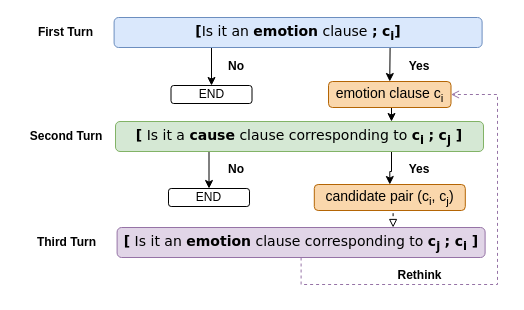
The draw.io diagram framework1.drawio in zhoucz97/paper_figure, before the edit. Source tidied: cells renumbered, new cells numbered last; positions are measured from the earlier drawing's top-left corner, leaving out a move shared by most shapes. Both pictures are drawn from the tidied source at 100%, with x=0, y=0 at pixel (16, 17).
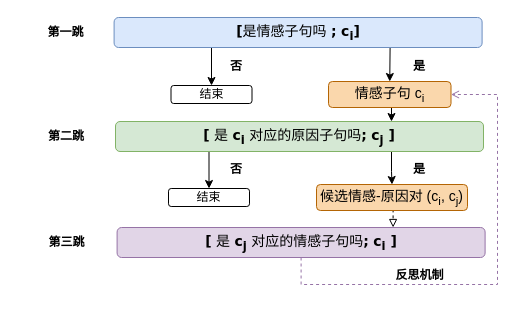
After the change.

The edit, as a diff of the source:
```diff
@@
-    <mxCell id="4" value="&lt;font style=&quot;font-size: 14px&quot;&gt;&lt;font face=&quot;Verdana&quot;&gt;&lt;b&gt;[&lt;/b&gt;&lt;/font&gt;&lt;span style=&quot;font-family: &amp;#34;verdana&amp;#34;&quot;&gt;Is it an&amp;nbsp;&lt;/span&gt;&lt;b style=&quot;font-family: &amp;#34;verdana&amp;#34;&quot;&gt;emotion&lt;/b&gt;&lt;span style=&quot;font-family: &amp;#34;verdana&amp;#34;&quot;&gt;&amp;nbsp;clause&amp;nbsp;&lt;/span&gt;&lt;b style=&quot;font-family: &amp;#34;verdana&amp;#34;&quot;&gt;;&lt;/b&gt;&lt;span style=&quot;font-family: &amp;#34;verdana&amp;#34;&quot;&gt;&amp;nbsp;&lt;b&gt;c&lt;sub&gt;i&lt;/sub&gt;]&lt;/b&gt;&lt;/span&gt;&lt;/font&gt;" style="rounded=1;whiteSpace=wrap;html=1;fillColor=#dae8fc;strokeColor=#6c8ebf;" parent="1" vertex="1">
+    <mxCell id="4" value="&lt;font style=&quot;font-size: 14px&quot;&gt;&lt;font face=&quot;Verdana&quot;&gt;&lt;b&gt;[&lt;/b&gt;是情感子句吗&lt;/font&gt;&lt;span style=&quot;font-family: &amp;#34;verdana&amp;#34;&quot;&gt;&amp;nbsp;&lt;/span&gt;&lt;b style=&quot;font-family: &amp;#34;verdana&amp;#34;&quot;&gt;;&lt;/b&gt;&lt;span style=&quot;font-family: &amp;#34;verdana&amp;#34;&quot;&gt;&amp;nbsp;&lt;b&gt;c&lt;sub&gt;i&lt;/sub&gt;]&lt;/b&gt;&lt;/span&gt;&lt;/font&gt;" style="rounded=1;whiteSpace=wrap;html=1;fillColor=#dae8fc;strokeColor=#6c8ebf;" parent="1" vertex="1">
       <mxGeometry x="97.6" width="368" height="30" as="geometry" />
     </mxCell>
-    <mxCell id="5" value="END" style="rounded=1;whiteSpace=wrap;html=1;" parent="1" vertex="1">
+    <mxCell id="5" value="结束" style="rounded=1;whiteSpace=wrap;html=1;" parent="1" vertex="1">
       <mxGeometry x="154.5" y="68" width="81" height="18" as="geometry" />
     </mxCell>
@@
-    <mxCell id="8" value="&lt;font style=&quot;font-size: 14px&quot; face=&quot;Verdana&quot;&gt;&lt;b&gt;[&lt;/b&gt; Is it a &lt;b&gt;cause&lt;/b&gt; clause corresponding to&amp;nbsp;&lt;b&gt;c&lt;sub&gt;i&lt;/sub&gt;&lt;/b&gt; &lt;b&gt;;&lt;/b&gt; &lt;b&gt;c&lt;sub&gt;j&lt;/sub&gt;&amp;nbsp;]&lt;/b&gt;&lt;/font&gt;" style="rounded=1;whiteSpace=wrap;html=1;fillColor=#d5e8d4;strokeColor=#82b366;" parent="1" vertex="1">
+    <mxCell id="8" value="&lt;font style=&quot;font-size: 14px&quot; face=&quot;Verdana&quot;&gt;&lt;b&gt;[&lt;/b&gt;&amp;nbsp;是&amp;nbsp;&lt;b&gt;c&lt;sub&gt;i&lt;/sub&gt;&lt;/b&gt;&amp;nbsp;对应的原因子句吗&lt;b&gt;;&lt;/b&gt; &lt;b&gt;c&lt;sub&gt;j&lt;/sub&gt;&amp;nbsp;]&lt;/b&gt;&lt;/font&gt;" style="rounded=1;whiteSpace=wrap;html=1;fillColor=#d5e8d4;strokeColor=#82b366;" parent="1" vertex="1">
       <mxGeometry x="99" y="104" width="368" height="30" as="geometry" />
     </mxCell>
@@
-    <mxCell id="10" value="&lt;font style=&quot;font-size: 14px&quot;&gt;emotion clause c&lt;sub&gt;i&lt;/sub&gt;&lt;/font&gt;" style="rounded=1;whiteSpace=wrap;html=1;fillColor=#fad7ac;strokeColor=#b46504;" parent="1" vertex="1">
+    <mxCell id="10" value="&lt;font style=&quot;font-size: 14px&quot;&gt;情感子句 c&lt;sub&gt;i&lt;/sub&gt;&lt;/font&gt;" style="rounded=1;whiteSpace=wrap;html=1;fillColor=#fad7ac;strokeColor=#b46504;" parent="1" vertex="1">
       <mxGeometry x="312" y="64" width="122.5" height="26" as="geometry" />
     </mxCell>
-    <mxCell id="11" value="END" style="rounded=1;whiteSpace=wrap;html=1;" parent="1" vertex="1">
+    <mxCell id="11" value="结束" style="rounded=1;whiteSpace=wrap;html=1;" parent="1" vertex="1">
       <mxGeometry x="152" y="171" width="81" height="18" as="geometry" />
     </mxCell>
@@
-    <mxCell id="13" value="&lt;font style=&quot;font-size: 14px&quot;&gt;candidate pair (c&lt;sub&gt;i&lt;/sub&gt;, c&lt;sub&gt;j&lt;/sub&gt;)&lt;/font&gt;" style="rounded=1;whiteSpace=wrap;html=1;fillColor=#fad7ac;strokeColor=#b46504;" parent="1" vertex="1">
-      <mxGeometry x="297.8" y="167" width="151" height="26" as="geometry" />
+    <mxCell id="13" value="&lt;font style=&quot;font-size: 14px&quot;&gt;候选情感-原因对 (c&lt;sub&gt;i&lt;/sub&gt;, c&lt;sub&gt;j&lt;/sub&gt;)&lt;/font&gt;" style="rounded=1;whiteSpace=wrap;html=1;fillColor=#fad7ac;strokeColor=#b46504;" parent="1" vertex="1">
+      <mxGeometry x="300" y="167" width="151" height="26" as="geometry" />
     </mxCell>
@@
-    <mxCell id="15" value="&lt;font style=&quot;font-size: 14px&quot; face=&quot;Verdana&quot;&gt;&lt;b&gt;[&lt;/b&gt; Is it an&amp;nbsp;&lt;b&gt;emotion&lt;/b&gt; clause corresponding to&amp;nbsp;&lt;b&gt;c&lt;sub&gt;j&lt;/sub&gt;&lt;/b&gt;&amp;nbsp;&lt;b&gt;;&lt;/b&gt; &lt;b&gt;c&lt;sub&gt;i&lt;/sub&gt;&amp;nbsp;]&lt;/b&gt;&lt;/font&gt;" style="rounded=1;whiteSpace=wrap;html=1;fillColor=#e1d5e7;strokeColor=#9673a6;" parent="1" vertex="1">
+    <mxCell id="15" value="&lt;font style=&quot;font-size: 14px&quot; face=&quot;Verdana&quot;&gt;&lt;b&gt;[&lt;/b&gt;&amp;nbsp;是&amp;nbsp;&lt;b&gt;c&lt;sub&gt;j&lt;/sub&gt;&lt;/b&gt;&amp;nbsp;对应的情感子句吗&lt;b&gt;;&lt;/b&gt; &lt;b&gt;c&lt;sub&gt;i&lt;/sub&gt;&amp;nbsp;]&lt;/b&gt;&lt;/font&gt;" style="rounded=1;whiteSpace=wrap;html=1;fillColor=#e1d5e7;strokeColor=#9673a6;" parent="1" vertex="1">
       <mxGeometry x="100.6" y="210" width="368" height="30" as="geometry" />
     </mxCell>
-    <mxCell id="16" value="&lt;b&gt;First Turn&lt;/b&gt;" style="text;html=1;strokeColor=none;fillColor=none;align=center;verticalAlign=middle;whiteSpace=wrap;rounded=0;" parent="1" vertex="1">
+    <mxCell id="16" value="&lt;b&gt;第一跳&lt;/b&gt;" style="text;html=1;strokeColor=none;fillColor=none;align=center;verticalAlign=middle;whiteSpace=wrap;rounded=0;" parent="1" vertex="1">
       <mxGeometry x="0.6" y="5" width="97" height="20" as="geometry" />
     </mxCell>
-    <mxCell id="17" value="&lt;b&gt;Second Turn&lt;/b&gt;" style="text;html=1;strokeColor=none;fillColor=none;align=center;verticalAlign=middle;whiteSpace=wrap;rounded=0;" parent="1" vertex="1">
+    <mxCell id="17" value="&lt;b&gt;第二跳&lt;/b&gt;" style="text;html=1;strokeColor=none;fillColor=none;align=center;verticalAlign=middle;whiteSpace=wrap;rounded=0;" parent="1" vertex="1">
       <mxGeometry x="0.4" y="109" width="100.2" height="20" as="geometry" />
     </mxCell>
-    <mxCell id="18" value="&lt;b&gt;Third Turn&lt;/b&gt;" style="text;html=1;strokeColor=none;fillColor=none;align=center;verticalAlign=middle;whiteSpace=wrap;rounded=0;" parent="1" vertex="1">
+    <mxCell id="18" value="&lt;b&gt;第三跳&lt;/b&gt;" style="text;html=1;strokeColor=none;fillColor=none;align=center;verticalAlign=middle;whiteSpace=wrap;rounded=0;" parent="1" vertex="1">
       <mxGeometry x="1.2" y="215" width="98.5" height="20" as="geometry" />
     </mxCell>
-    <mxCell id="19" value="&lt;b&gt;No&lt;/b&gt;" style="text;html=1;strokeColor=none;fillColor=none;align=center;verticalAlign=middle;whiteSpace=wrap;rounded=0;" parent="1" vertex="1">
+    <mxCell id="19" value="&lt;b&gt;否&lt;/b&gt;" style="text;html=1;strokeColor=none;fillColor=none;align=center;verticalAlign=middle;whiteSpace=wrap;rounded=0;" parent="1" vertex="1">
       <mxGeometry x="200" y="142" width="40" height="20" as="geometry" />
     </mxCell>
-    <mxCell id="20" value="&lt;b&gt;Yes&lt;/b&gt;" style="text;html=1;strokeColor=none;fillColor=none;align=center;verticalAlign=middle;whiteSpace=wrap;rounded=0;" parent="1" vertex="1">
+    <mxCell id="20" value="&lt;b&gt;是&lt;/b&gt;" style="text;html=1;strokeColor=none;fillColor=none;align=center;verticalAlign=middle;whiteSpace=wrap;rounded=0;" parent="1" vertex="1">
       <mxGeometry x="383" y="142" width="40" height="20" as="geometry" />
     </mxCell>
-    <mxCell id="21" value="&lt;b&gt;Rethink&lt;/b&gt;" style="text;html=1;strokeColor=none;fillColor=none;align=center;verticalAlign=middle;whiteSpace=wrap;rounded=0;" parent="1" vertex="1">
+    <mxCell id="21" value="&lt;b&gt;反思机制&lt;/b&gt;" style="text;html=1;strokeColor=none;fillColor=none;align=center;verticalAlign=middle;whiteSpace=wrap;rounded=0;" parent="1" vertex="1">
       <mxGeometry x="375.6" y="248" width="54.8" height="20" as="geometry" />
     </mxCell>
-    <mxCell id="22" value="&lt;b&gt;No&lt;/b&gt;" style="text;html=1;strokeColor=none;fillColor=none;align=center;verticalAlign=middle;whiteSpace=wrap;rounded=0;" parent="1" vertex="1">
+    <mxCell id="22" value="&lt;b&gt;否&lt;/b&gt;" style="text;html=1;strokeColor=none;fillColor=none;align=center;verticalAlign=middle;whiteSpace=wrap;rounded=0;" parent="1" vertex="1">
       <mxGeometry x="200" y="39" width="40" height="20" as="geometry" />
     </mxCell>
-    <mxCell id="23" value="&lt;b&gt;Yes&lt;/b&gt;" style="text;html=1;strokeColor=none;fillColor=none;align=center;verticalAlign=middle;whiteSpace=wrap;rounded=0;" parent="1" vertex="1">
+    <mxCell id="23" value="&lt;b&gt;是&lt;/b&gt;" style="text;html=1;strokeColor=none;fillColor=none;align=center;verticalAlign=middle;whiteSpace=wrap;rounded=0;" parent="1" vertex="1">
       <mxGeometry x="383" y="39" width="40" height="20" as="geometry" />
     </mxCell>
```
